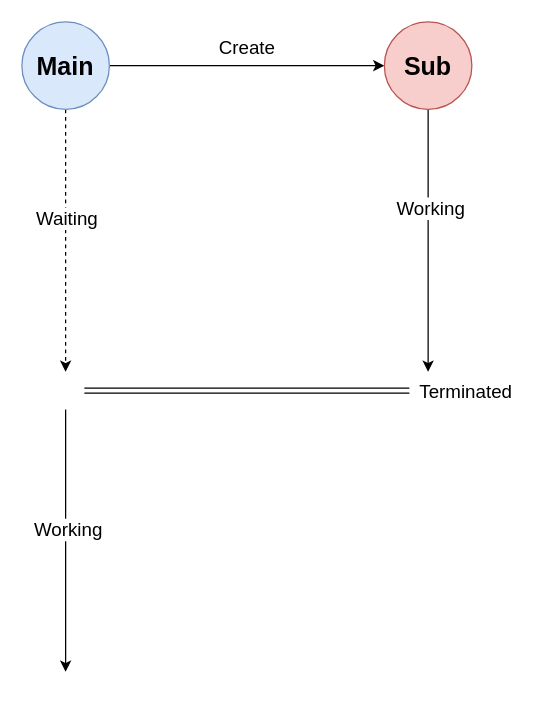
This is drawio/etc/concept-sync-async-blocking-non-blocking-1.drawio from windowforsun/blog, a draw.io file, before an edit. Source tidied: cells renumbered, new cells numbered last; positions are measured from the earlier drawing's top-left corner, leaving out a move shared by most shapes. Both pictures are drawn from the tidied source at 125%, with x=0, y=0 at pixel (21, 21).
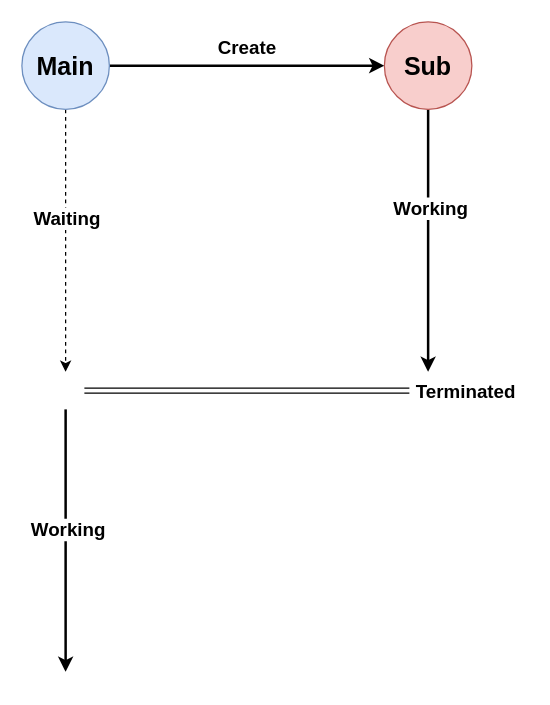
Above is the later version.

The edit, as a diff of the source:
```diff
@@
 <mxGraphModel>
   <root>
     <mxCell id="0" />
     <mxCell id="1" parent="0" />
-    <mxCell id="2" style="edgeStyle=orthogonalEdgeStyle;rounded=0;jettySize=auto;html=1;entryX=0;entryY=0.5;entryDx=0;entryDy=0;" parent="1" edge="1" source="5" target="8">
+    <mxCell id="2" style="edgeStyle=orthogonalEdgeStyle;rounded=0;jettySize=auto;html=1;entryX=0;entryY=0.5;entryDx=0;entryDy=0;strokeWidth=2;" parent="1" edge="1" source="5" target="8">
       <mxGeometry relative="1" as="geometry" />
     </mxCell>
     <mxCell id="3" style="edgeStyle=orthogonalEdgeStyle;rounded=0;jettySize=auto;html=1;entryX=0.5;entryY=0;entryDx=0;entryDy=0;strokeColor=default;strokeWidth=1;dashed=1;" parent="1" edge="1" source="5" target="14">
       <mxGeometry relative="1" as="geometry" />
     </mxCell>
-    <mxCell id="4" value="&lt;font style=&quot;font-size: 15px&quot;&gt;Waiting&lt;/font&gt;" style="edgeLabel;html=1;align=center;verticalAlign=middle;" parent="3" vertex="1">
+    <mxCell id="4" value="&lt;font style=&quot;font-size: 15px&quot;&gt;&lt;b&gt;Waiting&lt;/b&gt;&lt;/font&gt;" style="edgeLabel;html=1;align=center;verticalAlign=middle;" parent="3" vertex="1">
       <mxGeometry x="-0.18" relative="1" as="geometry" />
     </mxCell>
     <mxCell id="5" value="&lt;b&gt;&lt;font style=&quot;font-size: 20px&quot;&gt;Main&lt;/font&gt;&lt;/b&gt;" style="ellipse;whiteSpace=wrap;html=1;fillColor=#dae8fc;strokeColor=#6c8ebf;" parent="1" vertex="1">
       <mxGeometry width="70" height="70" as="geometry" />
     </mxCell>
-    <mxCell id="6" style="edgeStyle=orthogonalEdgeStyle;rounded=0;jettySize=auto;html=1;entryX=0.5;entryY=0;entryDx=0;entryDy=0;strokeColor=default;strokeWidth=1;" parent="1" edge="1" source="8" target="11">
+    <mxCell id="6" style="edgeStyle=orthogonalEdgeStyle;rounded=0;jettySize=auto;html=1;entryX=0.5;entryY=0;entryDx=0;entryDy=0;strokeColor=default;strokeWidth=2;" parent="1" edge="1" source="8" target="11">
       <mxGeometry relative="1" as="geometry" />
     </mxCell>
-    <mxCell id="7" value="&lt;font style=&quot;font-size: 15px&quot;&gt;Working&lt;/font&gt;" style="edgeLabel;html=1;align=center;verticalAlign=middle;" parent="6" vertex="1">
+    <mxCell id="7" value="&lt;font style=&quot;font-size: 15px&quot;&gt;&lt;b&gt;Working&lt;/b&gt;&lt;/font&gt;" style="edgeLabel;html=1;align=center;verticalAlign=middle;" parent="6" vertex="1">
       <mxGeometry x="-0.26" y="1" relative="1" as="geometry" />
     </mxCell>
     <mxCell id="8" value="&lt;b&gt;&lt;font style=&quot;font-size: 20px&quot;&gt;Sub&lt;/font&gt;&lt;/b&gt;" style="ellipse;whiteSpace=wrap;html=1;fillColor=#f8cecc;strokeColor=#b85450;" parent="1" vertex="1">
       <mxGeometry x="290" width="70" height="70" as="geometry" />
     </mxCell>
-    <mxCell id="9" value="&lt;font style=&quot;font-size: 15px&quot;&gt;Create&lt;/font&gt;" style="text;html=1;align=center;verticalAlign=middle;strokeColor=none;fillColor=none;" parent="1" vertex="1">
+    <mxCell id="9" value="&lt;font style=&quot;font-size: 15px&quot;&gt;&lt;b&gt;Create&lt;/b&gt;&lt;/font&gt;" style="text;html=1;align=center;verticalAlign=middle;strokeColor=none;fillColor=none;" parent="1" vertex="1">
       <mxGeometry x="150" y="10" width="60" height="20" as="geometry" />
     </mxCell>
     <mxCell id="10" style="edgeStyle=orthogonalEdgeStyle;rounded=0;jettySize=auto;html=1;entryX=1;entryY=0.5;entryDx=0;entryDy=0;strokeColor=default;strokeWidth=1;shape=link;" parent="1" edge="1" source="11" target="14">
       <mxGeometry relative="1" as="geometry" />
     </mxCell>
     <mxCell id="11" style="ellipse;whiteSpace=wrap;html=1;fillColor=none;strokeColor=none;" parent="1" vertex="1">
       <mxGeometry x="310" y="280" width="30" height="30" as="geometry" />
     </mxCell>
-    <mxCell id="12" style="edgeStyle=orthogonalEdgeStyle;rounded=0;jettySize=auto;html=1;strokeColor=default;strokeWidth=1;" parent="1" edge="1" source="14">
+    <mxCell id="12" style="edgeStyle=orthogonalEdgeStyle;rounded=0;jettySize=auto;html=1;strokeColor=default;strokeWidth=2;" parent="1" edge="1" source="14">
       <mxGeometry relative="1" as="geometry">
         <mxPoint x="35" y="520" as="targetPoint" />
       </mxGeometry>
     </mxCell>
-    <mxCell id="13" value="&lt;font style=&quot;font-size: 15px&quot;&gt;Working&lt;/font&gt;" style="edgeLabel;html=1;align=center;verticalAlign=middle;" parent="12" vertex="1">
+    <mxCell id="13" value="&lt;font style=&quot;font-size: 15px&quot;&gt;&lt;b&gt;Working&lt;/b&gt;&lt;/font&gt;" style="edgeLabel;html=1;align=center;verticalAlign=middle;" parent="12" vertex="1">
       <mxGeometry x="-0.1" y="1" relative="1" as="geometry" />
     </mxCell>
     <mxCell id="14" style="ellipse;whiteSpace=wrap;html=1;fillColor=none;strokeColor=none;" parent="1" vertex="1">
       <mxGeometry x="20" y="280" width="30" height="30" as="geometry" />
     </mxCell>
-    <mxCell id="15" value="&lt;font style=&quot;font-size: 15px&quot;&gt;Terminated&lt;/font&gt;" style="text;html=1;align=center;verticalAlign=middle;strokeColor=none;fillColor=none;" parent="1" vertex="1">
-      <mxGeometry x="310" y="285" width="90" height="20" as="geometry" />
+    <mxCell id="15" value="&lt;font style=&quot;font-size: 15px&quot;&gt;&lt;b&gt;Terminated&lt;/b&gt;&lt;/font&gt;" style="text;html=1;align=center;verticalAlign=middle;strokeColor=none;fillColor=none;" parent="1" vertex="1">
+      <mxGeometry x="305" y="285" width="100" height="20" as="geometry" />
     </mxCell>
   </root>
 </mxGraphModel>
```
